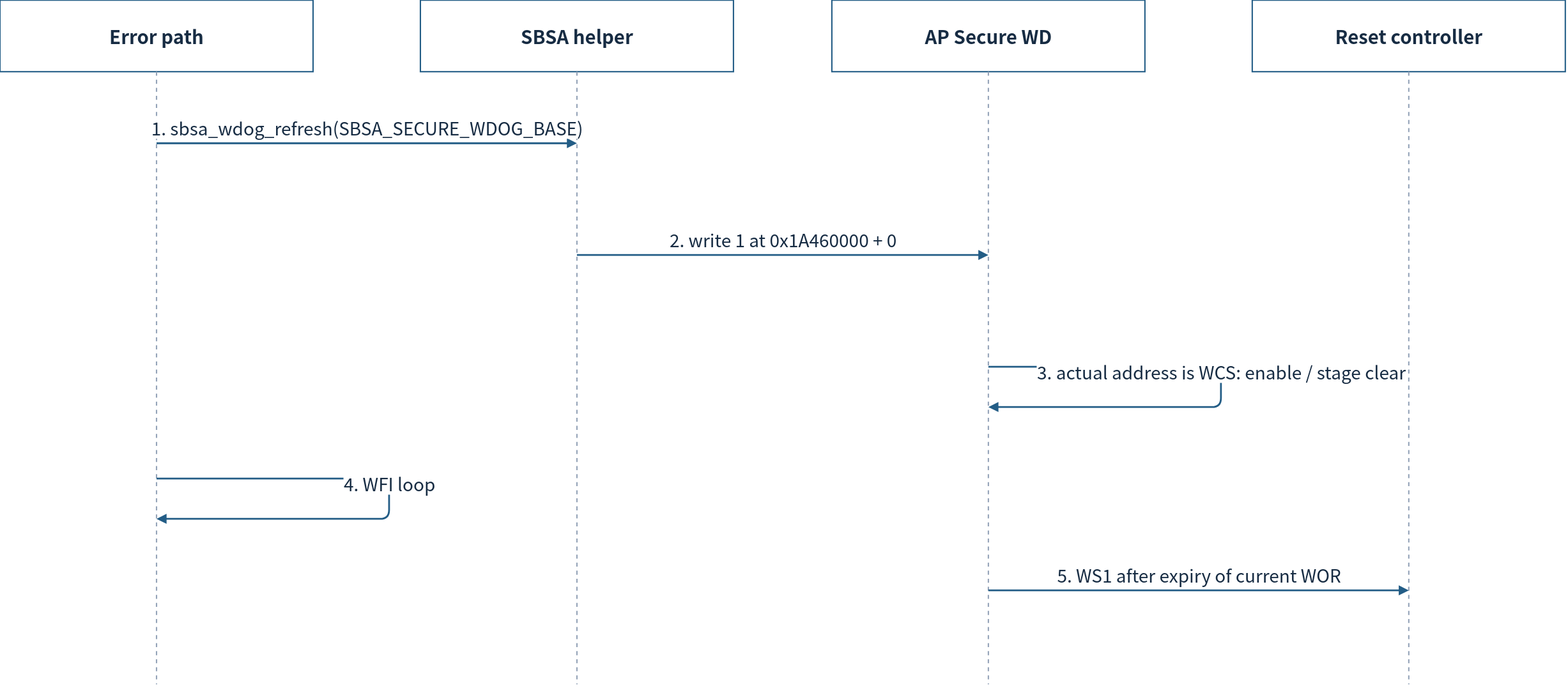
Earlier version of the draw.io export doc/phase1/watchdog/diagrams/10b-tfa-sequence.drawio.svg (cometzero/project-apollo). Source tidied: cells renumbered, new cells last; positions are measured from the earlier drawing's top-left corner, leaving out a move shared by most shapes. The source it was exported from:
```xml
<mxGraphModel background="#FFFFFF">
  <root>
    <mxCell id="0" />
    <mxCell id="1" parent="0" />
    <mxCell id="2" value="Error path" style="rounded=0;whiteSpace=wrap;html=1;fillColor=#FFFFFF;strokeColor=#235D86;strokeWidth=1.5;fontColor=#172C43;fontFamily=Noto Sans CJK KR;fontSize=22;spacing=10;fontStyle=1;fontSize=21;" parent="1" vertex="1">
      <mxGeometry width="350" height="80" as="geometry" />
    </mxCell>
    <mxCell id="3" style="endArrow=none;dashed=1;strokeColor=#94A3B8;strokeWidth=1.5;" parent="1" edge="1">
      <mxGeometry relative="1" as="geometry">
        <mxPoint x="175" y="80" as="sourcePoint" />
        <mxPoint x="175" y="765" as="targetPoint" />
      </mxGeometry>
    </mxCell>
    <mxCell id="4" value="SBSA helper" style="rounded=0;whiteSpace=wrap;html=1;fillColor=#FFFFFF;strokeColor=#235D86;strokeWidth=1.5;fontColor=#172C43;fontFamily=Noto Sans CJK KR;fontSize=22;spacing=10;fontStyle=1;fontSize=21;" parent="1" vertex="1">
      <mxGeometry x="470" width="350" height="80" as="geometry" />
    </mxCell>
    <mxCell id="5" style="endArrow=none;dashed=1;strokeColor=#94A3B8;strokeWidth=1.5;" parent="1" edge="1">
      <mxGeometry relative="1" as="geometry">
        <mxPoint x="645" y="80" as="sourcePoint" />
        <mxPoint x="645" y="765" as="targetPoint" />
      </mxGeometry>
    </mxCell>
    <mxCell id="6" value="AP Secure WD" style="rounded=0;whiteSpace=wrap;html=1;fillColor=#FFFFFF;strokeColor=#235D86;strokeWidth=1.5;fontColor=#172C43;fontFamily=Noto Sans CJK KR;fontSize=22;spacing=10;fontStyle=1;fontSize=21;" parent="1" vertex="1">
      <mxGeometry x="930" width="350" height="80" as="geometry" />
    </mxCell>
    <mxCell id="7" style="endArrow=none;dashed=1;strokeColor=#94A3B8;strokeWidth=1.5;" parent="1" edge="1">
      <mxGeometry relative="1" as="geometry">
        <mxPoint x="1105" y="80" as="sourcePoint" />
        <mxPoint x="1105" y="765" as="targetPoint" />
      </mxGeometry>
    </mxCell>
    <mxCell id="8" value="Reset controller" style="rounded=0;whiteSpace=wrap;html=1;fillColor=#FFFFFF;strokeColor=#235D86;strokeWidth=1.5;fontColor=#172C43;fontFamily=Noto Sans CJK KR;fontSize=22;spacing=10;fontStyle=1;fontSize=21;" parent="1" vertex="1">
      <mxGeometry x="1400" width="350" height="80" as="geometry" />
    </mxCell>
    <mxCell id="9" style="endArrow=none;dashed=1;strokeColor=#94A3B8;strokeWidth=1.5;" parent="1" edge="1">
      <mxGeometry relative="1" as="geometry">
        <mxPoint x="1575" y="80" as="sourcePoint" />
        <mxPoint x="1575" y="765" as="targetPoint" />
      </mxGeometry>
    </mxCell>
    <mxCell id="10" value="1. sbsa_wdog_refresh(SBSA_SECURE_WDOG_BASE)" style="edgeStyle=none;html=1;endArrow=block;endFill=1;strokeColor=#235D86;strokeWidth=2;fontColor=#172C43;fontFamily=Noto Sans CJK KR;fontSize=20;labelBackgroundColor=#FFFFFF;" parent="1" edge="1">
      <mxGeometry relative="1" as="geometry">
        <mxPoint x="175" y="160" as="sourcePoint" />
        <mxPoint x="645" y="160" as="targetPoint" />
        <mxPoint y="-18" as="offset" />
      </mxGeometry>
    </mxCell>
    <mxCell id="11" value="2. write 1 at 0x1A460000 + 0" style="edgeStyle=none;html=1;endArrow=block;endFill=1;strokeColor=#235D86;strokeWidth=2;fontColor=#172C43;fontFamily=Noto Sans CJK KR;fontSize=20;labelBackgroundColor=#FFFFFF;" parent="1" edge="1">
      <mxGeometry relative="1" as="geometry">
        <mxPoint x="645" y="285" as="sourcePoint" />
        <mxPoint x="1105" y="285" as="targetPoint" />
        <mxPoint y="-18" as="offset" />
      </mxGeometry>
    </mxCell>
    <mxCell id="12" value="3. actual address is WCS: enable / stage clear" style="edgeStyle=none;html=1;endArrow=block;endFill=1;strokeColor=#235D86;strokeWidth=2;fontColor=#172C43;fontFamily=Noto Sans CJK KR;fontSize=20;labelBackgroundColor=#FFFFFF;" parent="1" edge="1">
      <mxGeometry relative="1" as="geometry">
        <mxPoint x="1105" y="410" as="sourcePoint" />
        <mxPoint x="1105" y="455" as="targetPoint" />
        <Array as="points">
          <mxPoint x="1365" y="410" />
          <mxPoint x="1365" y="455" />
        </Array>
        <mxPoint y="-18" as="offset" />
      </mxGeometry>
    </mxCell>
    <mxCell id="13" value="4. WFI loop" style="edgeStyle=none;html=1;endArrow=block;endFill=1;strokeColor=#235D86;strokeWidth=2;fontColor=#172C43;fontFamily=Noto Sans CJK KR;fontSize=20;labelBackgroundColor=#FFFFFF;" parent="1" edge="1">
      <mxGeometry relative="1" as="geometry">
        <mxPoint x="175" y="535" as="sourcePoint" />
        <mxPoint x="175" y="580" as="targetPoint" />
        <Array as="points">
          <mxPoint x="435" y="535" />
          <mxPoint x="435" y="580" />
        </Array>
        <mxPoint y="-18" as="offset" />
      </mxGeometry>
    </mxCell>
    <mxCell id="14" value="5. WS1 after expiry of current WOR" style="edgeStyle=none;html=1;endArrow=block;endFill=1;strokeColor=#235D86;strokeWidth=2;fontColor=#172C43;fontFamily=Noto Sans CJK KR;fontSize=20;labelBackgroundColor=#FFFFFF;" parent="1" edge="1">
      <mxGeometry relative="1" as="geometry">
        <mxPoint x="1105" y="660" as="sourcePoint" />
        <mxPoint x="1575" y="660" as="targetPoint" />
        <mxPoint y="-18" as="offset" />
      </mxGeometry>
    </mxCell>
  </root>
</mxGraphModel>
```
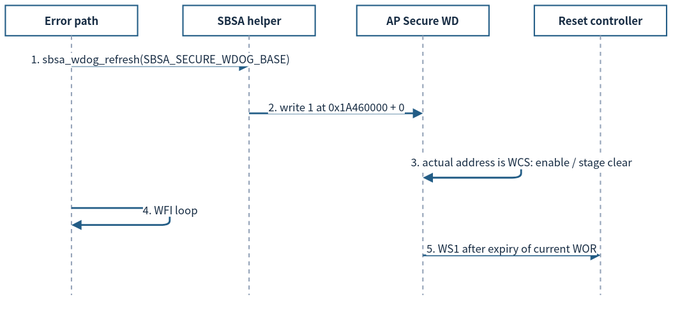
Later version of the same file.

The edit, as a diff of the source:
```diff
@@ -2,83 +2,83 @@
   <root>
     <mxCell id="0" />
     <mxCell id="1" parent="0" />
-    <mxCell id="2" value="Error path" style="rounded=0;whiteSpace=wrap;html=1;fillColor=#FFFFFF;strokeColor=#235D86;strokeWidth=1.5;fontColor=#172C43;fontFamily=Noto Sans CJK KR;fontSize=22;spacing=10;fontStyle=1;fontSize=21;" parent="1" vertex="1">
-      <mxGeometry width="350" height="80" as="geometry" />
+    <mxCell id="2" value="Error path" style="rounded=0;whiteSpace=wrap;html=1;fillColor=#FFFFFF;strokeColor=#235D86;strokeWidth=1.5;fontColor=#172C43;fontFamily=Noto Sans CJK KR;fontStyle=1;fontSize=12;spacing=3;whiteSpace=wrap;" parent="1" vertex="1">
+      <mxGeometry x="-13" y="-128" width="148" height="33.8" as="geometry" />
     </mxCell>
-    <mxCell id="3" style="endArrow=none;dashed=1;strokeColor=#94A3B8;strokeWidth=1.5;" parent="1" edge="1">
+    <mxCell id="3" style="endArrow=none;dashed=1;strokeColor=#94A3B8;strokeWidth=1.5;fontSize=12;spacing=3;whiteSpace=nowrap;" parent="1" edge="1">
       <mxGeometry relative="1" as="geometry">
-        <mxPoint x="175" y="80" as="sourcePoint" />
-        <mxPoint x="175" y="765" as="targetPoint" />
+        <mxPoint x="61" y="-94.2" as="sourcePoint" />
+        <mxPoint x="61" y="195.5" as="targetPoint" />
       </mxGeometry>
     </mxCell>
-    <mxCell id="4" value="SBSA helper" style="rounded=0;whiteSpace=wrap;html=1;fillColor=#FFFFFF;strokeColor=#235D86;strokeWidth=1.5;fontColor=#172C43;fontFamily=Noto Sans CJK KR;fontSize=22;spacing=10;fontStyle=1;fontSize=21;" parent="1" vertex="1">
-      <mxGeometry x="470" width="350" height="80" as="geometry" />
+    <mxCell id="4" value="SBSA helper" style="rounded=0;whiteSpace=wrap;html=1;fillColor=#FFFFFF;strokeColor=#235D86;strokeWidth=1.5;fontColor=#172C43;fontFamily=Noto Sans CJK KR;fontStyle=1;fontSize=12;spacing=3;whiteSpace=wrap;" parent="1" vertex="1">
+      <mxGeometry x="185.7" y="-128" width="148" height="33.8" as="geometry" />
     </mxCell>
-    <mxCell id="5" style="endArrow=none;dashed=1;strokeColor=#94A3B8;strokeWidth=1.5;" parent="1" edge="1">
+    <mxCell id="5" style="endArrow=none;dashed=1;strokeColor=#94A3B8;strokeWidth=1.5;fontSize=12;spacing=3;whiteSpace=nowrap;" parent="1" edge="1">
       <mxGeometry relative="1" as="geometry">
-        <mxPoint x="645" y="80" as="sourcePoint" />
-        <mxPoint x="645" y="765" as="targetPoint" />
+        <mxPoint x="259.7" y="-94.2" as="sourcePoint" />
+        <mxPoint x="259.7" y="195.5" as="targetPoint" />
       </mxGeometry>
     </mxCell>
-    <mxCell id="6" value="AP Secure WD" style="rounded=0;whiteSpace=wrap;html=1;fillColor=#FFFFFF;strokeColor=#235D86;strokeWidth=1.5;fontColor=#172C43;fontFamily=Noto Sans CJK KR;fontSize=22;spacing=10;fontStyle=1;fontSize=21;" parent="1" vertex="1">
-      <mxGeometry x="930" width="350" height="80" as="geometry" />
+    <mxCell id="6" value="AP Secure WD" style="rounded=0;whiteSpace=wrap;html=1;fillColor=#FFFFFF;strokeColor=#235D86;strokeWidth=1.5;fontColor=#172C43;fontFamily=Noto Sans CJK KR;fontStyle=1;fontSize=12;spacing=3;whiteSpace=wrap;" parent="1" vertex="1">
+      <mxGeometry x="380.3" y="-128" width="148" height="33.8" as="geometry" />
     </mxCell>
-    <mxCell id="7" style="endArrow=none;dashed=1;strokeColor=#94A3B8;strokeWidth=1.5;" parent="1" edge="1">
+    <mxCell id="7" style="endArrow=none;dashed=1;strokeColor=#94A3B8;strokeWidth=1.5;fontSize=12;spacing=3;whiteSpace=nowrap;" parent="1" edge="1">
       <mxGeometry relative="1" as="geometry">
-        <mxPoint x="1105" y="80" as="sourcePoint" />
-        <mxPoint x="1105" y="765" as="targetPoint" />
+        <mxPoint x="454.3" y="-94.2" as="sourcePoint" />
+        <mxPoint x="454.3" y="195.5" as="targetPoint" />
       </mxGeometry>
     </mxCell>
-    <mxCell id="8" value="Reset controller" style="rounded=0;whiteSpace=wrap;html=1;fillColor=#FFFFFF;strokeColor=#235D86;strokeWidth=1.5;fontColor=#172C43;fontFamily=Noto Sans CJK KR;fontSize=22;spacing=10;fontStyle=1;fontSize=21;" parent="1" vertex="1">
-      <mxGeometry x="1400" width="350" height="80" as="geometry" />
+    <mxCell id="8" value="Reset controller" style="rounded=0;whiteSpace=wrap;html=1;fillColor=#FFFFFF;strokeColor=#235D86;strokeWidth=1.5;fontColor=#172C43;fontFamily=Noto Sans CJK KR;fontStyle=1;fontSize=12;spacing=3;whiteSpace=wrap;" parent="1" vertex="1">
+      <mxGeometry x="579" y="-128" width="148" height="33.8" as="geometry" />
     </mxCell>
-    <mxCell id="9" style="endArrow=none;dashed=1;strokeColor=#94A3B8;strokeWidth=1.5;" parent="1" edge="1">
+    <mxCell id="9" style="endArrow=none;dashed=1;strokeColor=#94A3B8;strokeWidth=1.5;fontSize=12;spacing=3;whiteSpace=nowrap;" parent="1" edge="1">
       <mxGeometry relative="1" as="geometry">
-        <mxPoint x="1575" y="80" as="sourcePoint" />
-        <mxPoint x="1575" y="765" as="targetPoint" />
+        <mxPoint x="653" y="-94.2" as="sourcePoint" />
+        <mxPoint x="653" y="195.5" as="targetPoint" />
       </mxGeometry>
     </mxCell>
-    <mxCell id="10" value="1. sbsa_wdog_refresh(SBSA_SECURE_WDOG_BASE)" style="edgeStyle=none;html=1;endArrow=block;endFill=1;strokeColor=#235D86;strokeWidth=2;fontColor=#172C43;fontFamily=Noto Sans CJK KR;fontSize=20;labelBackgroundColor=#FFFFFF;" parent="1" edge="1">
+    <mxCell id="10" value="1. sbsa_wdog_refresh(SBSA_SECURE_WDOG_BASE)" style="edgeStyle=none;html=1;endArrow=block;endFill=1;strokeColor=#235D86;strokeWidth=2;fontColor=#172C43;fontFamily=Noto Sans CJK KR;labelBackgroundColor=#FFFFFF;fontSize=12;spacing=3;whiteSpace=nowrap;" parent="1" edge="1">
       <mxGeometry relative="1" as="geometry">
-        <mxPoint x="175" y="160" as="sourcePoint" />
-        <mxPoint x="645" y="160" as="targetPoint" />
-        <mxPoint y="-18" as="offset" />
+        <mxPoint x="61" y="-60.3" as="sourcePoint" />
+        <mxPoint x="259.7" y="-60.3" as="targetPoint" />
+        <mxPoint y="-7.6" as="offset" />
       </mxGeometry>
     </mxCell>
-    <mxCell id="11" value="2. write 1 at 0x1A460000 + 0" style="edgeStyle=none;html=1;endArrow=block;endFill=1;strokeColor=#235D86;strokeWidth=2;fontColor=#172C43;fontFamily=Noto Sans CJK KR;fontSize=20;labelBackgroundColor=#FFFFFF;" parent="1" edge="1">
+    <mxCell id="11" value="2. write 1 at 0x1A460000 + 0" style="edgeStyle=none;html=1;endArrow=block;endFill=1;strokeColor=#235D86;strokeWidth=2;fontColor=#172C43;fontFamily=Noto Sans CJK KR;labelBackgroundColor=#FFFFFF;fontSize=12;spacing=3;whiteSpace=nowrap;" parent="1" edge="1">
       <mxGeometry relative="1" as="geometry">
-        <mxPoint x="645" y="285" as="sourcePoint" />
-        <mxPoint x="1105" y="285" as="targetPoint" />
-        <mxPoint y="-18" as="offset" />
+        <mxPoint x="259.7" y="-7.5" as="sourcePoint" />
+        <mxPoint x="454.3" y="-7.5" as="targetPoint" />
+        <mxPoint y="-7.6" as="offset" />
       </mxGeometry>
     </mxCell>
-    <mxCell id="12" value="3. actual address is WCS: enable / stage clear" style="edgeStyle=none;html=1;endArrow=block;endFill=1;strokeColor=#235D86;strokeWidth=2;fontColor=#172C43;fontFamily=Noto Sans CJK KR;fontSize=20;labelBackgroundColor=#FFFFFF;" parent="1" edge="1">
+    <mxCell id="12" value="3. actual address is WCS: enable / stage clear" style="edgeStyle=none;html=1;endArrow=block;endFill=1;strokeColor=#235D86;strokeWidth=2;fontColor=#172C43;fontFamily=Noto Sans CJK KR;labelBackgroundColor=#FFFFFF;fontSize=12;spacing=3;whiteSpace=nowrap;" parent="1" edge="1">
       <mxGeometry relative="1" as="geometry">
-        <mxPoint x="1105" y="410" as="sourcePoint" />
-        <mxPoint x="1105" y="455" as="targetPoint" />
+        <mxPoint x="454.3" y="45.4" as="sourcePoint" />
+        <mxPoint x="454.3" y="64.4" as="targetPoint" />
         <Array as="points">
-          <mxPoint x="1365" y="410" />
-          <mxPoint x="1365" y="455" />
+          <mxPoint x="564.2" y="45.4" />
+          <mxPoint x="564.2" y="64.4" />
         </Array>
-        <mxPoint y="-18" as="offset" />
+        <mxPoint y="-7.6" as="offset" />
       </mxGeometry>
     </mxCell>
-    <mxCell id="13" value="4. WFI loop" style="edgeStyle=none;html=1;endArrow=block;endFill=1;strokeColor=#235D86;strokeWidth=2;fontColor=#172C43;fontFamily=Noto Sans CJK KR;fontSize=20;labelBackgroundColor=#FFFFFF;" parent="1" edge="1">
+    <mxCell id="13" value="4. WFI loop" style="edgeStyle=none;html=1;endArrow=block;endFill=1;strokeColor=#235D86;strokeWidth=2;fontColor=#172C43;fontFamily=Noto Sans CJK KR;labelBackgroundColor=#FFFFFF;fontSize=12;spacing=3;whiteSpace=nowrap;" parent="1" edge="1">
       <mxGeometry relative="1" as="geometry">
-        <mxPoint x="175" y="535" as="sourcePoint" />
-        <mxPoint x="175" y="580" as="targetPoint" />
+        <mxPoint x="61" y="98.2" as="sourcePoint" />
+        <mxPoint x="61" y="117.3" as="targetPoint" />
         <Array as="points">
-          <mxPoint x="435" y="535" />
-          <mxPoint x="435" y="580" />
+          <mxPoint x="170.9" y="98.2" />
+          <mxPoint x="170.9" y="117.3" />
         </Array>
-        <mxPoint y="-18" as="offset" />
+        <mxPoint y="-7.6" as="offset" />
       </mxGeometry>
     </mxCell>
-    <mxCell id="14" value="5. WS1 after expiry of current WOR" style="edgeStyle=none;html=1;endArrow=block;endFill=1;strokeColor=#235D86;strokeWidth=2;fontColor=#172C43;fontFamily=Noto Sans CJK KR;fontSize=20;labelBackgroundColor=#FFFFFF;" parent="1" edge="1">
+    <mxCell id="14" value="5. WS1 after expiry of current WOR" style="edgeStyle=none;html=1;endArrow=block;endFill=1;strokeColor=#235D86;strokeWidth=2;fontColor=#172C43;fontFamily=Noto Sans CJK KR;labelBackgroundColor=#FFFFFF;fontSize=12;spacing=3;whiteSpace=nowrap;" parent="1" edge="1">
       <mxGeometry relative="1" as="geometry">
-        <mxPoint x="1105" y="660" as="sourcePoint" />
-        <mxPoint x="1575" y="660" as="targetPoint" />
-        <mxPoint y="-18" as="offset" />
+        <mxPoint x="454.3" y="151.1" as="sourcePoint" />
+        <mxPoint x="653" y="151.1" as="targetPoint" />
+        <mxPoint y="-7.6" as="offset" />
       </mxGeometry>
     </mxCell>
   </root>
```
